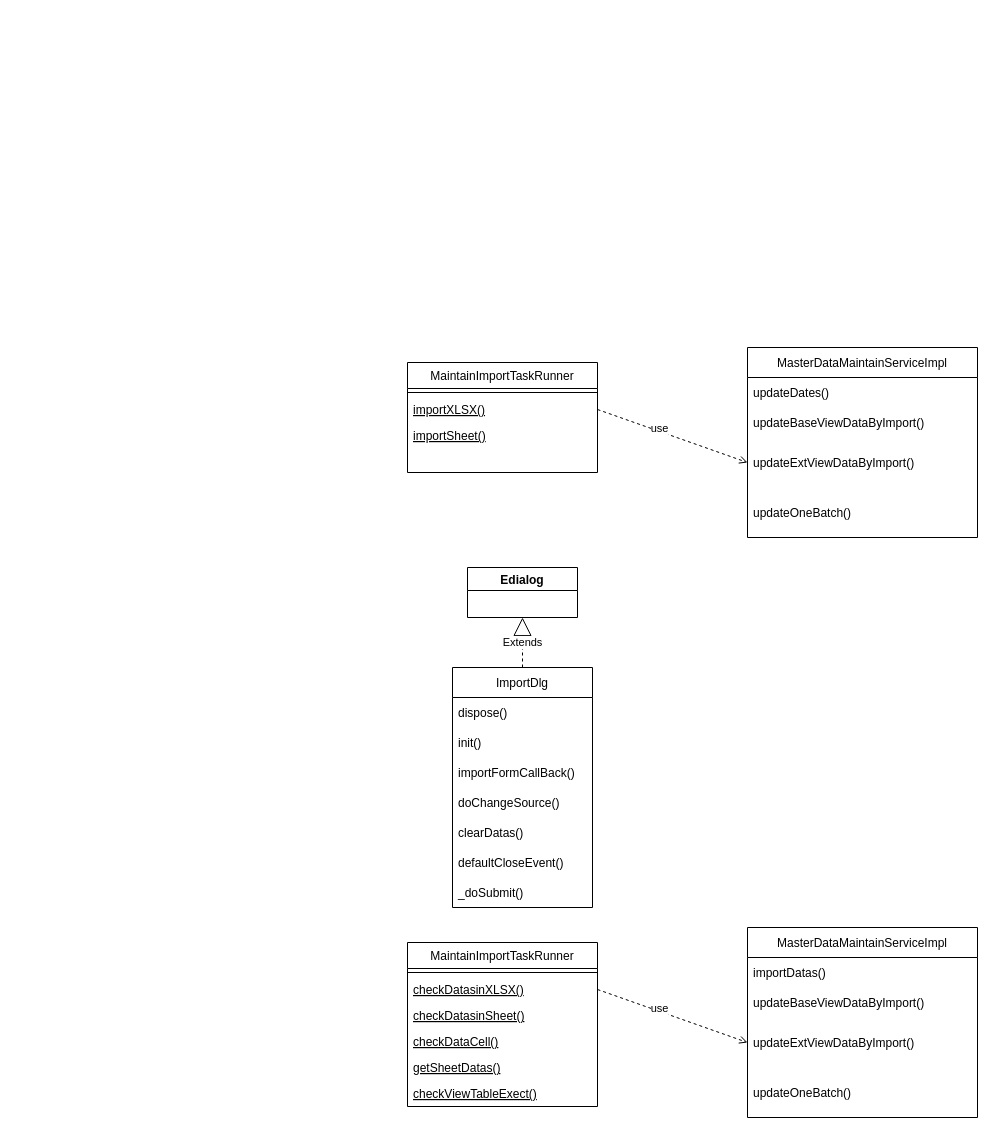
Before: 251-批量导入前后台对象类图.drawio in NyarAlex/blog, a draw.io diagram. Source tidied: cells renumbered, new cells numbered last; positions are measured from the earlier drawing's top-left corner, leaving out a move shared by most shapes. Both pictures are drawn from the tidied source at 100%, with x=0, y=0 at pixel (407, 347).
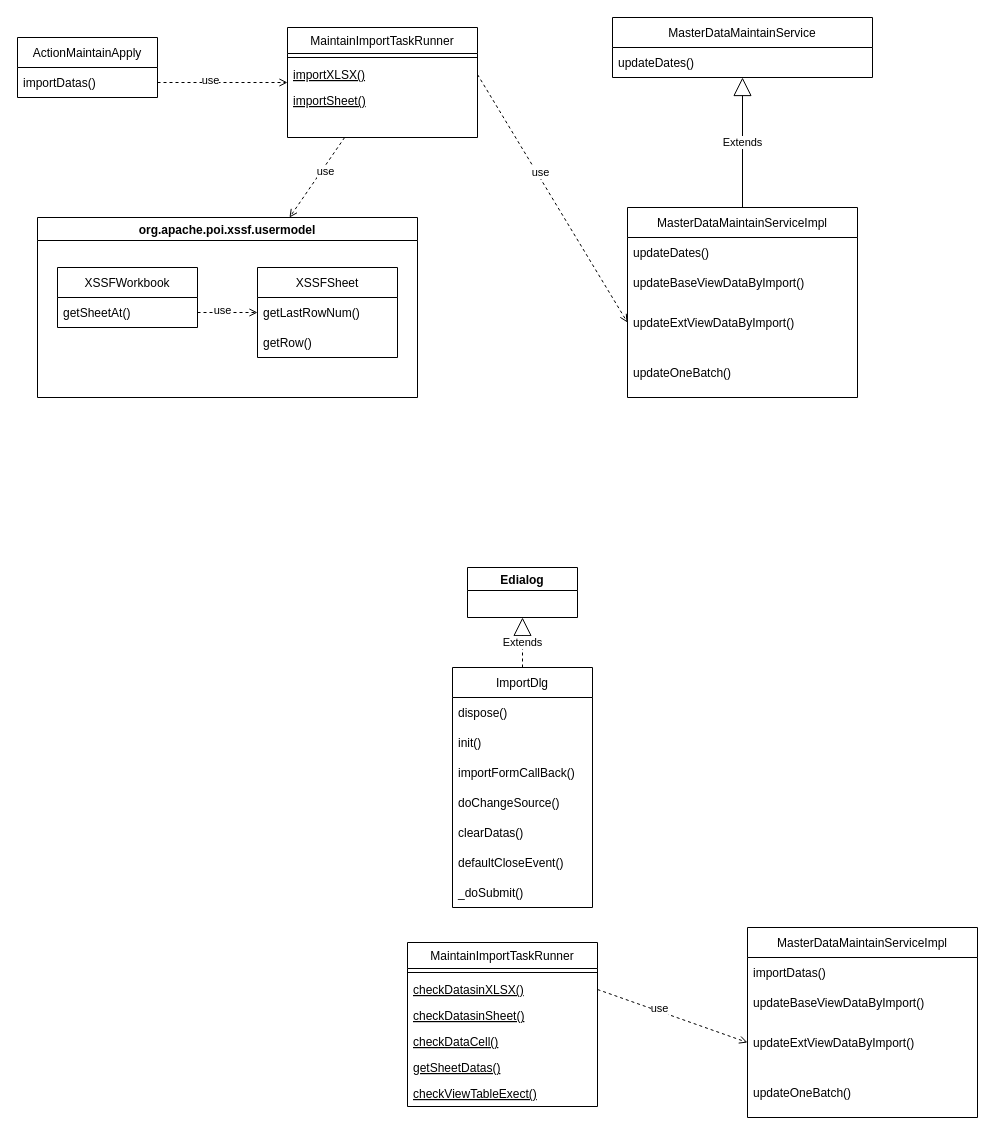
The same diagram, later.

Commit message:
更新251-批量导入前后台对象类图.drawio

What changed in the source:
```diff
@@
     <mxCell id="2" value="MaintainImportTaskRunner" style="swimlane;fontStyle=0;align=center;verticalAlign=top;horizontal=1;startSize=26;rounded=0;shadow=0;strokeWidth=1;" parent="1" vertex="1">
-      <mxGeometry y="15" width="190" height="110" as="geometry" />
+      <mxGeometry x="-120" y="-320" width="190" height="110" as="geometry" />
     </mxCell>
@@
     <mxCell id="6" value="MasterDataMaintainServiceImpl" style="swimlane;fontStyle=0;horizontal=1;startSize=30;" parent="1" vertex="1">
-      <mxGeometry x="340" width="230" height="190" as="geometry" />
+      <mxGeometry x="220" y="-140" width="230" height="190" as="geometry" />
     </mxCell>
@@
+    <mxCell id="37" value="ActionMaintainApply" style="swimlane;fontStyle=0;horizontal=1;startSize=30;" parent="1" vertex="1">
+      <mxGeometry x="-390" y="-310" width="140" height="60" as="geometry" />
+    </mxCell>
+    <mxCell id="38" value="importDatas()" style="text;strokeColor=none;fillColor=none;align=left;verticalAlign=middle;spacingLeft=4;spacingRight=4;overflow=hidden;points=[[0,0.5],[1,0.5]];portConstraint=eastwest;" parent="37" vertex="1">
+      <mxGeometry y="30" width="140" height="30" as="geometry" />
+    </mxCell>
+    <mxCell id="39" style="rounded=0;jettySize=auto;html=1;exitX=1;exitY=0.5;exitDx=0;exitDy=0;dashed=1;endArrow=open;endFill=0;" parent="1" edge="1" source="38" target="2">
+      <mxGeometry relative="1" as="geometry" />
+    </mxCell>
+    <mxCell id="40" value="use" style="edgeLabel;html=1;align=center;verticalAlign=middle;" parent="39" vertex="1">
+      <mxGeometry x="-0.2" y="3" relative="1" as="geometry" />
+    </mxCell>
+    <mxCell id="41" value="org.apache.poi.xssf.usermodel" style="swimlane;" parent="1" vertex="1">
+      <mxGeometry x="-370" y="-130" width="380" height="180" as="geometry" />
+    </mxCell>
+    <mxCell id="42" value="XSSFWorkbook" style="swimlane;fontStyle=0;horizontal=1;startSize=30;" parent="41" vertex="1">
+      <mxGeometry x="20" y="50" width="140" height="60" as="geometry" />
+    </mxCell>
+    <mxCell id="43" value="getSheetAt()" style="text;strokeColor=none;fillColor=none;align=left;verticalAlign=middle;spacingLeft=4;spacingRight=4;overflow=hidden;points=[[0,0.5],[1,0.5]];portConstraint=eastwest;" parent="42" vertex="1">
+      <mxGeometry y="30" width="140" height="30" as="geometry" />
+    </mxCell>
+    <mxCell id="44" value="XSSFSheet" style="swimlane;fontStyle=0;horizontal=1;startSize=30;" parent="41" vertex="1">
+      <mxGeometry x="220" y="50" width="140" height="90" as="geometry" />
+    </mxCell>
+    <mxCell id="45" value="getLastRowNum()" style="text;strokeColor=none;fillColor=none;align=left;verticalAlign=middle;spacingLeft=4;spacingRight=4;overflow=hidden;" parent="44" vertex="1">
+      <mxGeometry y="30" width="140" height="30" as="geometry" />
+    </mxCell>
+    <mxCell id="46" value="getRow()" style="text;strokeColor=none;fillColor=none;align=left;verticalAlign=middle;spacingLeft=4;spacingRight=4;overflow=hidden;" parent="44" vertex="1">
+      <mxGeometry y="60" width="140" height="30" as="geometry" />
+    </mxCell>
+    <mxCell id="47" style="rounded=0;jettySize=auto;html=1;exitX=1;exitY=0.5;exitDx=0;exitDy=0;dashed=1;endArrow=open;endFill=0;" parent="41" edge="1" source="43" target="44">
+      <mxGeometry relative="1" as="geometry" />
+    </mxCell>
+    <mxCell id="48" value="use" style="edgeLabel;html=1;align=center;verticalAlign=middle;" parent="47" vertex="1">
+      <mxGeometry x="-0.2" y="3" relative="1" as="geometry" />
+    </mxCell>
+    <mxCell id="49" style="rounded=0;jettySize=auto;html=1;dashed=1;endArrow=open;endFill=0;" parent="1" edge="1" source="2" target="41">
+      <mxGeometry relative="1" as="geometry" />
+    </mxCell>
+    <mxCell id="50" value="use" style="edgeLabel;html=1;align=center;verticalAlign=middle;" parent="49" vertex="1">
+      <mxGeometry x="-0.2" y="3" relative="1" as="geometry" />
+    </mxCell>
+    <mxCell id="51" value="MasterDataMaintainService" style="swimlane;fontStyle=0;horizontal=1;startSize=30;" parent="1" vertex="1">
+      <mxGeometry x="205" y="-330" width="260" height="60" as="geometry" />
+    </mxCell>
+    <mxCell id="52" value="updateDates()" style="text;strokeColor=none;fillColor=none;align=left;verticalAlign=middle;spacingLeft=4;spacingRight=4;overflow=hidden;" parent="51" vertex="1">
+      <mxGeometry y="30" width="260" height="30" as="geometry" />
+    </mxCell>
+    <mxCell id="53" value="Extends" style="endArrow=block;endSize=16;endFill=0;html=1;rounded=0;exitX=0.5;exitY=0;exitDx=0;exitDy=0;" parent="1" edge="1" source="6" target="51">
+      <mxGeometry relative="1" as="geometry" />
+    </mxCell>
```
